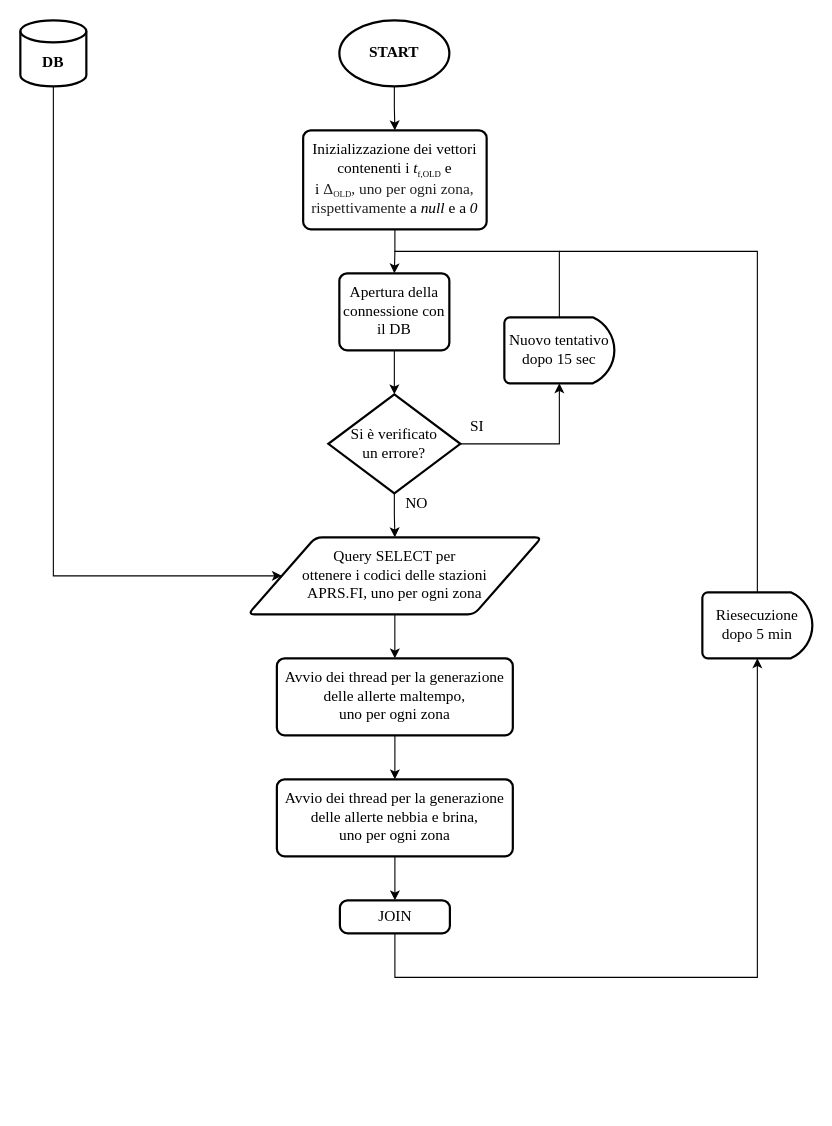
This is Iterazioni/Documentazione/Iterazione 3/OtherFiles/FC - data analyzer.drawio from matteoverzeroli/LVSEmergency, a draw.io file, before an edit. Source tidied: cells renumbered, new cells numbered last; positions are measured from the earlier drawing's top-left corner, leaving out a move shared by most shapes. Both pictures are drawn from the tidied source at 110%, with x=0, y=0 at pixel (20, 20).
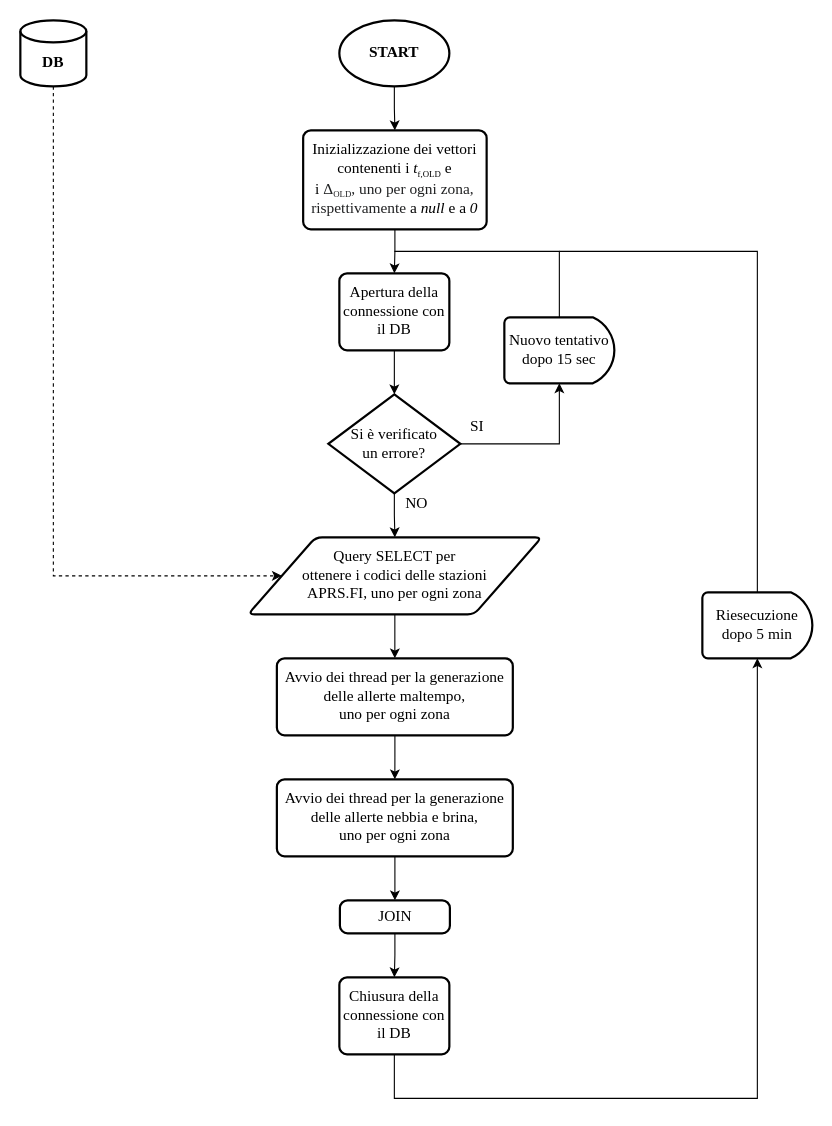
Above is the later version.

Unchanged cells that the change refers to:
```xml
<mxCell id="5" value="&lt;br&gt;&lt;b&gt;DB&lt;/b&gt;" style="strokeWidth=2;html=1;shape=mxgraph.flowchart.database;whiteSpace=wrap;fontFamily=Times New Roman;fontSize=14;" parent="1" vertex="1">
  <mxGeometry width="60" height="60" as="geometry" />
</mxCell>
<mxCell id="14" value="Query SELECT per &lt;br&gt;ottenere i codici delle stazioni &lt;br&gt;APRS.FI, uno per ogni zona" style="shape=parallelogram;html=1;strokeWidth=2;perimeter=parallelogramPerimeter;whiteSpace=wrap;rounded=1;arcSize=12;size=0.23;fontFamily=Times New Roman;fontSize=14;" parent="1" vertex="1">
  <mxGeometry x="207" y="470" width="267" height="70" as="geometry" />
</mxCell>
<mxCell id="17" value="Riesecuzione dopo 5 min" style="strokeWidth=2;html=1;shape=mxgraph.flowchart.delay;whiteSpace=wrap;fontFamily=Times New Roman;fontSize=14;fillColor=default;" parent="1" vertex="1">
  <mxGeometry x="620" y="520" width="100" height="60" as="geometry" />
</mxCell>
<mxCell id="24" value="&lt;font style=&quot;font-size: 14px&quot; face=&quot;Times New Roman&quot;&gt;JOIN&lt;/font&gt;" style="rounded=1;whiteSpace=wrap;html=1;absoluteArcSize=1;arcSize=14;strokeWidth=2;" parent="1" vertex="1">
  <mxGeometry x="290.5" y="800" width="100" height="30" as="geometry" />
</mxCell>
```

Change to the diagram source:
```diff
@@
-    <mxCell id="4" style="edgeStyle=orthogonalEdgeStyle;rounded=0;jettySize=auto;html=1;entryX=0;entryY=0.5;entryDx=0;entryDy=0;fontFamily=Times New Roman;fontSize=14;" parent="1" edge="1" source="5" target="14">
+    <mxCell id="4" style="edgeStyle=orthogonalEdgeStyle;rounded=0;jettySize=auto;html=1;entryX=0;entryY=0.5;entryDx=0;entryDy=0;fontFamily=Times New Roman;fontSize=14;dashed=1;" parent="1" edge="1" source="5" target="14">
       <mxGeometry relative="1" as="geometry">
         <Array as="points">
           <mxPoint x="30" y="505" />
         </Array>
       </mxGeometry>
     </mxCell>
@@
-    <mxCell id="23" style="edgeStyle=orthogonalEdgeStyle;rounded=0;jettySize=auto;html=1;entryX=0.5;entryY=1;entryDx=0;entryDy=0;entryPerimeter=0;fontFamily=Times New Roman;fontSize=14;" parent="1" edge="1" source="24">
-      <mxGeometry relative="1" as="geometry">
-        <mxPoint x="670" y="580" as="targetPoint" />
-        <Array as="points">
-          <mxPoint x="340" y="870" />
-          <mxPoint x="670" y="870" />
-        </Array>
-      </mxGeometry>
-    </mxCell>
+    <mxCell id="27" style="edgeStyle=orthogonalEdgeStyle;rounded=0;jettySize=auto;html=1;entryX=0.5;entryY=0;entryDx=0;entryDy=0;" parent="1" edge="1" source="24" target="29">
+      <mxGeometry relative="1" as="geometry" />
+    </mxCell>
@@
+    <mxCell id="28" style="edgeStyle=orthogonalEdgeStyle;rounded=0;jettySize=auto;html=1;entryX=0.5;entryY=1;entryDx=0;entryDy=0;entryPerimeter=0;" parent="1" edge="1" source="29" target="17">
+      <mxGeometry relative="1" as="geometry">
+        <Array as="points">
+          <mxPoint x="340" y="980" />
+          <mxPoint x="670" y="980" />
+        </Array>
+      </mxGeometry>
+    </mxCell>
+    <mxCell id="29" value="Chiusura della connessione con il DB" style="rounded=1;whiteSpace=wrap;html=1;absoluteArcSize=1;arcSize=14;strokeWidth=2;fontFamily=Times New Roman;fontSize=14;" parent="1" vertex="1">
+      <mxGeometry x="290" y="870" width="100" height="70" as="geometry" />
+    </mxCell>
```
